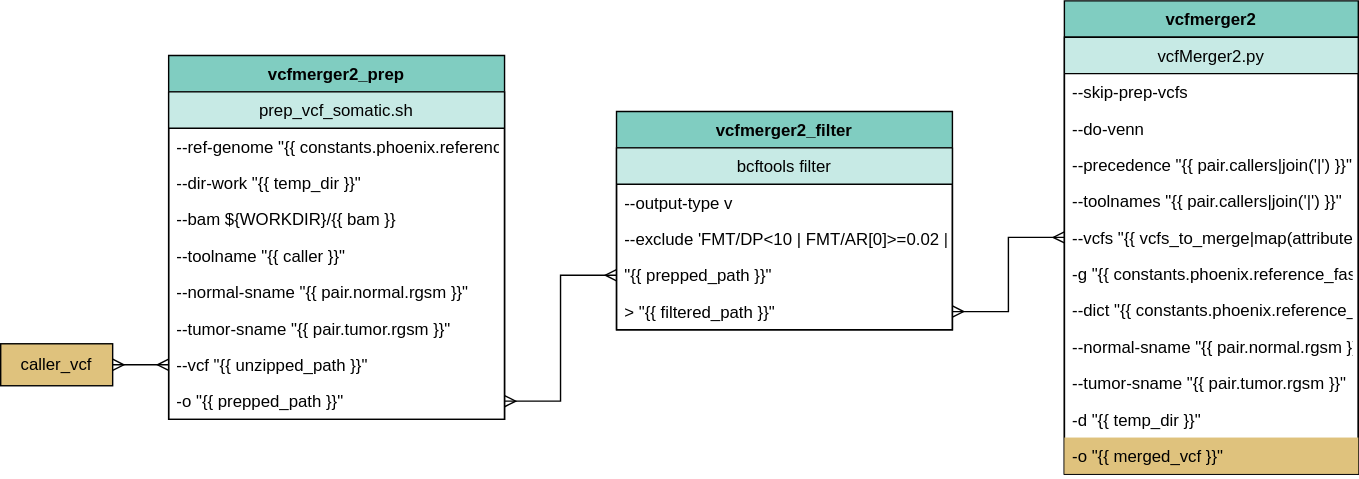
Earlier version of the draw.io export docs/source/phoenix/workflows/somatic/Somatic_vcfMerger.svg (bryce-turner/tgen-jetstream-docs). Source tidied: cells renumbered, new cells last; positions are measured from the earlier drawing's top-left corner, leaving out a move shared by most shapes. The source it was exported from:
```xml
<mxGraphModel>
  <root>
    <mxCell id="0" />
    <mxCell id="1" parent="0" />
    <mxCell id="2" style="edgeStyle=orthogonalEdgeStyle;rounded=0;jettySize=auto;html=1;exitX=1;exitY=0.5;exitDx=0;exitDy=0;entryX=0;entryY=0.5;entryDx=0;entryDy=0;startArrow=ERmany;startFill=0;endArrow=ERmany;endFill=0;" parent="1" edge="1" source="3" target="12">
      <mxGeometry relative="1" as="geometry" />
    </mxCell>
    <mxCell id="3" value="caller_vcf" style="whiteSpace=wrap;html=1;fillColor=#dfc27d;" parent="1" vertex="1">
      <mxGeometry y="245" width="80" height="30" as="geometry" />
    </mxCell>
    <mxCell id="4" value="vcfmerger2_prep" style="swimlane;fontStyle=1;horizontal=1;startSize=26;fillColor=#80cdc1;direction=east;" parent="1" vertex="1">
      <mxGeometry x="120" y="39" width="240" height="260" as="geometry" />
    </mxCell>
    <mxCell id="5" value="prep_vcf_somatic.sh" style="swimlane;fontStyle=0;horizontal=1;startSize=26;fillColor=#c7eae5;" parent="4" vertex="1">
      <mxGeometry y="26" width="240" height="234" as="geometry" />
    </mxCell>
    <mxCell id="6" value="--ref-genome &quot;{{ constants.phoenix.reference_fasta }}&quot;" style="text;strokeColor=none;fillColor=none;align=left;verticalAlign=top;spacingLeft=4;spacingRight=4;overflow=hidden;" parent="5" vertex="1">
      <mxGeometry y="26" width="240" height="26" as="geometry" />
    </mxCell>
    <mxCell id="7" value="--dir-work &quot;{{ temp_dir }}&quot;" style="text;strokeColor=none;fillColor=none;align=left;verticalAlign=top;spacingLeft=4;spacingRight=4;overflow=hidden;" parent="5" vertex="1">
      <mxGeometry y="52" width="240" height="26" as="geometry" />
    </mxCell>
    <mxCell id="8" value="--bam ${WORKDIR}/{{ bam }}" style="text;strokeColor=none;fillColor=none;align=left;verticalAlign=top;spacingLeft=4;spacingRight=4;overflow=hidden;" parent="5" vertex="1">
      <mxGeometry y="78" width="240" height="26" as="geometry" />
    </mxCell>
    <mxCell id="9" value="--toolname &quot;{{ caller }}&quot;" style="text;strokeColor=none;fillColor=none;align=left;verticalAlign=top;spacingLeft=4;spacingRight=4;overflow=hidden;" parent="5" vertex="1">
      <mxGeometry y="104" width="240" height="26" as="geometry" />
    </mxCell>
    <mxCell id="10" value="--normal-sname &quot;{{ pair.normal.rgsm }}&quot;" style="text;strokeColor=none;fillColor=none;align=left;verticalAlign=top;spacingLeft=4;spacingRight=4;overflow=hidden;" parent="5" vertex="1">
      <mxGeometry y="130" width="240" height="26" as="geometry" />
    </mxCell>
    <mxCell id="11" value="--tumor-sname &quot;{{ pair.tumor.rgsm }}&quot;" style="text;strokeColor=none;fillColor=none;align=left;verticalAlign=top;spacingLeft=4;spacingRight=4;overflow=hidden;" parent="5" vertex="1">
      <mxGeometry y="156" width="240" height="26" as="geometry" />
    </mxCell>
    <mxCell id="12" value="--vcf &quot;{{ unzipped_path }}&quot;" style="text;strokeColor=none;fillColor=none;align=left;verticalAlign=top;spacingLeft=4;spacingRight=4;overflow=hidden;points=[[0,0.5],[1,0.5]];portConstraint=eastwest;" parent="5" vertex="1">
      <mxGeometry y="182" width="240" height="26" as="geometry" />
    </mxCell>
    <mxCell id="13" value="-o &quot;{{ prepped_path }}&quot;" style="text;strokeColor=none;fillColor=none;align=left;verticalAlign=top;spacingLeft=4;spacingRight=4;overflow=hidden;points=[[0,0.5],[1,0.5]];portConstraint=eastwest;" parent="5" vertex="1">
      <mxGeometry y="208" width="240" height="26" as="geometry" />
    </mxCell>
    <mxCell id="14" value="vcfmerger2" style="swimlane;fontStyle=1;horizontal=1;startSize=26;fillColor=#80cdc1;direction=east;" parent="1" vertex="1">
      <mxGeometry x="760" width="210" height="338" as="geometry" />
    </mxCell>
    <mxCell id="15" value="vcfMerger2.py" style="swimlane;fontStyle=0;horizontal=1;startSize=26;fillColor=#c7eae5;" parent="14" vertex="1">
      <mxGeometry y="26" width="210" height="312" as="geometry" />
    </mxCell>
    <mxCell id="16" value="--skip-prep-vcfs" style="text;strokeColor=none;fillColor=none;align=left;verticalAlign=top;spacingLeft=4;spacingRight=4;overflow=hidden;" parent="15" vertex="1">
      <mxGeometry y="26" width="210" height="26" as="geometry" />
    </mxCell>
    <mxCell id="17" value="--do-venn" style="text;strokeColor=none;fillColor=none;align=left;verticalAlign=top;spacingLeft=4;spacingRight=4;overflow=hidden;" parent="15" vertex="1">
      <mxGeometry y="52" width="210" height="26" as="geometry" />
    </mxCell>
    <mxCell id="18" value="--precedence &quot;{{ pair.callers|join('|') }}&quot;" style="text;strokeColor=none;fillColor=none;align=left;verticalAlign=top;spacingLeft=4;spacingRight=4;overflow=hidden;" parent="15" vertex="1">
      <mxGeometry y="78" width="210" height="26" as="geometry" />
    </mxCell>
    <mxCell id="19" value="--toolnames &quot;{{ pair.callers|join('|') }}&quot;" style="text;strokeColor=none;fillColor=none;align=left;verticalAlign=top;spacingLeft=4;spacingRight=4;overflow=hidden;" parent="15" vertex="1">
      <mxGeometry y="104" width="210" height="26" as="geometry" />
    </mxCell>
    <mxCell id="20" value="--vcfs &quot;{{ vcfs_to_merge|map(attribute='filtered_path')|join('|') }}&quot;" style="text;strokeColor=none;fillColor=none;align=left;verticalAlign=top;spacingLeft=4;spacingRight=4;overflow=hidden;points=[[0,0.5],[1,0.5]];portConstraint=eastwest;" parent="15" vertex="1">
      <mxGeometry y="130" width="210" height="26" as="geometry" />
    </mxCell>
    <mxCell id="21" value="-g &quot;{{ constants.phoenix.reference_fasta }}&quot;" style="text;strokeColor=none;fillColor=none;align=left;verticalAlign=top;spacingLeft=4;spacingRight=4;overflow=hidden;" parent="15" vertex="1">
      <mxGeometry y="156" width="210" height="26" as="geometry" />
    </mxCell>
    <mxCell id="22" value="--dict &quot;{{ constants.phoenix.reference_dict }}&quot;" style="text;strokeColor=none;fillColor=none;align=left;verticalAlign=top;spacingLeft=4;spacingRight=4;overflow=hidden;" parent="15" vertex="1">
      <mxGeometry y="182" width="210" height="26" as="geometry" />
    </mxCell>
    <mxCell id="23" value="--normal-sname &quot;{{ pair.normal.rgsm }}&quot;" style="text;strokeColor=none;fillColor=none;align=left;verticalAlign=top;spacingLeft=4;spacingRight=4;overflow=hidden;" parent="15" vertex="1">
      <mxGeometry y="208" width="210" height="26" as="geometry" />
    </mxCell>
    <mxCell id="24" value="--tumor-sname &quot;{{ pair.tumor.rgsm }}&quot;" style="text;strokeColor=none;fillColor=none;align=left;verticalAlign=top;spacingLeft=4;spacingRight=4;overflow=hidden;" parent="15" vertex="1">
      <mxGeometry y="234" width="210" height="26" as="geometry" />
    </mxCell>
    <mxCell id="25" value="-d &quot;{{ temp_dir }}&quot;" style="text;strokeColor=none;fillColor=none;align=left;verticalAlign=top;spacingLeft=4;spacingRight=4;overflow=hidden;" parent="15" vertex="1">
      <mxGeometry y="260" width="210" height="26" as="geometry" />
    </mxCell>
    <mxCell id="26" value="-o &quot;{{ merged_vcf }}&quot;" style="text;strokeColor=none;fillColor=#dfc27d;align=left;verticalAlign=top;spacingLeft=4;spacingRight=4;overflow=hidden;" parent="15" vertex="1">
      <mxGeometry y="286" width="210" height="26" as="geometry" />
    </mxCell>
    <mxCell id="27" style="edgeStyle=orthogonalEdgeStyle;rounded=0;jettySize=auto;html=1;exitX=0;exitY=0.5;exitDx=0;exitDy=0;entryX=0;entryY=0.5;entryDx=0;entryDy=0;startArrow=none;startFill=0;endArrow=classic;endFill=1;" parent="14" edge="1" target="x">
      <mxGeometry relative="1" as="geometry">
        <mxPoint y="195" as="sourcePoint" />
      </mxGeometry>
    </mxCell>
    <mxCell id="28" value="vcfmerger2_filter" style="swimlane;fontStyle=1;horizontal=1;startSize=26;fillColor=#80cdc1;direction=east;" parent="1" vertex="1">
      <mxGeometry x="440" y="79" width="240" height="156" as="geometry" />
    </mxCell>
    <mxCell id="29" value="bcftools filter" style="swimlane;fontStyle=0;horizontal=1;startSize=26;fillColor=#c7eae5;" parent="28" vertex="1">
      <mxGeometry y="26" width="240" height="130" as="geometry" />
    </mxCell>
    <mxCell id="30" value="--output-type v" style="text;strokeColor=none;fillColor=none;align=left;verticalAlign=top;spacingLeft=4;spacingRight=4;overflow=hidden;" parent="29" vertex="1">
      <mxGeometry y="26" width="240" height="26" as="geometry" />
    </mxCell>
    <mxCell id="31" value="--exclude 'FMT/DP&lt;10 | FMT/AR[0]&gt;=0.02 | FMT/AR[1]&lt;0.05'" style="text;strokeColor=none;fillColor=none;align=left;verticalAlign=top;spacingLeft=4;spacingRight=4;overflow=hidden;" parent="29" vertex="1">
      <mxGeometry y="52" width="240" height="26" as="geometry" />
    </mxCell>
    <mxCell id="32" value="&quot;{{ prepped_path }}&quot;" style="text;strokeColor=none;fillColor=none;align=left;verticalAlign=top;spacingLeft=4;spacingRight=4;overflow=hidden;points=[[0,0.5],[1,0.5]];portConstraint=eastwest;" parent="29" vertex="1">
      <mxGeometry y="78" width="240" height="26" as="geometry" />
    </mxCell>
    <mxCell id="33" value="&gt; &quot;{{ filtered_path }}&quot;" style="text;strokeColor=none;fillColor=none;align=left;verticalAlign=top;spacingLeft=4;spacingRight=4;overflow=hidden;points=[[0,0.5],[1,0.5]];portConstraint=eastwest;" parent="29" vertex="1">
      <mxGeometry y="104" width="240" height="26" as="geometry" />
    </mxCell>
    <mxCell id="34" style="edgeStyle=orthogonalEdgeStyle;rounded=0;jettySize=auto;html=1;exitX=1;exitY=0.5;exitDx=0;exitDy=0;entryX=0;entryY=0.5;entryDx=0;entryDy=0;startArrow=ERmany;startFill=0;endArrow=ERmany;endFill=0;" parent="1" edge="1" source="13" target="32">
      <mxGeometry relative="1" as="geometry" />
    </mxCell>
    <mxCell id="35" style="edgeStyle=orthogonalEdgeStyle;rounded=0;jettySize=auto;html=1;exitX=1;exitY=0.5;exitDx=0;exitDy=0;entryX=0;entryY=0.5;entryDx=0;entryDy=0;startArrow=ERmany;startFill=0;endArrow=ERmany;endFill=0;" parent="1" edge="1" source="33" target="20">
      <mxGeometry relative="1" as="geometry" />
    </mxCell>
  </root>
</mxGraphModel>
```
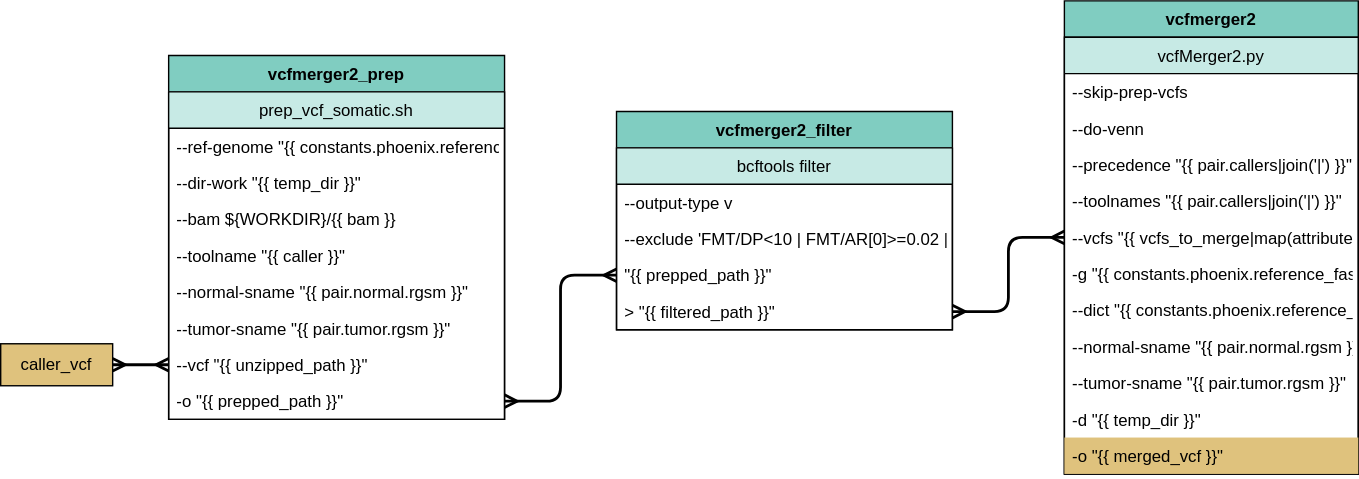
After the commit.

The edit, as a diff of the source:
```diff
@@ -2,7 +2,7 @@
   <root>
     <mxCell id="0" />
     <mxCell id="1" parent="0" />
-    <mxCell id="2" style="edgeStyle=orthogonalEdgeStyle;rounded=0;jettySize=auto;html=1;exitX=1;exitY=0.5;exitDx=0;exitDy=0;entryX=0;entryY=0.5;entryDx=0;entryDy=0;startArrow=ERmany;startFill=0;endArrow=ERmany;endFill=0;" parent="1" edge="1" source="3" target="12">
+    <mxCell id="2" style="edgeStyle=orthogonalEdgeStyle;rounded=1;jettySize=auto;html=1;exitX=1;exitY=0.5;exitDx=0;exitDy=0;entryX=0;entryY=0.5;entryDx=0;entryDy=0;startArrow=ERmany;startFill=0;endArrow=ERmany;endFill=0;strokeWidth=2;" parent="1" edge="1" source="3" target="12">
       <mxGeometry relative="1" as="geometry" />
     </mxCell>
     <mxCell id="3" value="caller_vcf" style="whiteSpace=wrap;html=1;fillColor=#dfc27d;" parent="1" vertex="1">
@@ -77,7 +77,7 @@
     <mxCell id="26" value="-o &quot;{{ merged_vcf }}&quot;" style="text;strokeColor=none;fillColor=#dfc27d;align=left;verticalAlign=top;spacingLeft=4;spacingRight=4;overflow=hidden;" parent="15" vertex="1">
       <mxGeometry y="286" width="210" height="26" as="geometry" />
     </mxCell>
-    <mxCell id="27" style="edgeStyle=orthogonalEdgeStyle;rounded=0;jettySize=auto;html=1;exitX=0;exitY=0.5;exitDx=0;exitDy=0;entryX=0;entryY=0.5;entryDx=0;entryDy=0;startArrow=none;startFill=0;endArrow=classic;endFill=1;" parent="14" edge="1" target="x">
+    <mxCell id="27" style="edgeStyle=orthogonalEdgeStyle;rounded=0;orthogonalLoop=1;jettySize=auto;html=1;exitX=0;exitY=0.5;exitDx=0;exitDy=0;entryX=0;entryY=0.5;entryDx=0;entryDy=0;startArrow=none;startFill=0;endArrow=classic;endFill=1;" parent="14" edge="1">
       <mxGeometry relative="1" as="geometry">
         <mxPoint y="195" as="sourcePoint" />
       </mxGeometry>
@@ -100,10 +100,10 @@
     <mxCell id="33" value="&gt; &quot;{{ filtered_path }}&quot;" style="text;strokeColor=none;fillColor=none;align=left;verticalAlign=top;spacingLeft=4;spacingRight=4;overflow=hidden;points=[[0,0.5],[1,0.5]];portConstraint=eastwest;" parent="29" vertex="1">
       <mxGeometry y="104" width="240" height="26" as="geometry" />
     </mxCell>
-    <mxCell id="34" style="edgeStyle=orthogonalEdgeStyle;rounded=0;jettySize=auto;html=1;exitX=1;exitY=0.5;exitDx=0;exitDy=0;entryX=0;entryY=0.5;entryDx=0;entryDy=0;startArrow=ERmany;startFill=0;endArrow=ERmany;endFill=0;" parent="1" edge="1" source="13" target="32">
+    <mxCell id="34" style="edgeStyle=orthogonalEdgeStyle;rounded=1;jettySize=auto;html=1;exitX=1;exitY=0.5;exitDx=0;exitDy=0;entryX=0;entryY=0.5;entryDx=0;entryDy=0;startArrow=ERmany;startFill=0;endArrow=ERmany;endFill=0;strokeWidth=2;" parent="1" edge="1" source="13" target="32">
       <mxGeometry relative="1" as="geometry" />
     </mxCell>
-    <mxCell id="35" style="edgeStyle=orthogonalEdgeStyle;rounded=0;jettySize=auto;html=1;exitX=1;exitY=0.5;exitDx=0;exitDy=0;entryX=0;entryY=0.5;entryDx=0;entryDy=0;startArrow=ERmany;startFill=0;endArrow=ERmany;endFill=0;" parent="1" edge="1" source="33" target="20">
+    <mxCell id="35" style="edgeStyle=orthogonalEdgeStyle;rounded=1;jettySize=auto;html=1;exitX=1;exitY=0.5;exitDx=0;exitDy=0;entryX=0;entryY=0.5;entryDx=0;entryDy=0;startArrow=ERmany;startFill=0;endArrow=ERmany;endFill=0;strokeWidth=2;" parent="1" edge="1" source="33" target="20">
       <mxGeometry relative="1" as="geometry" />
     </mxCell>
   </root>
```
